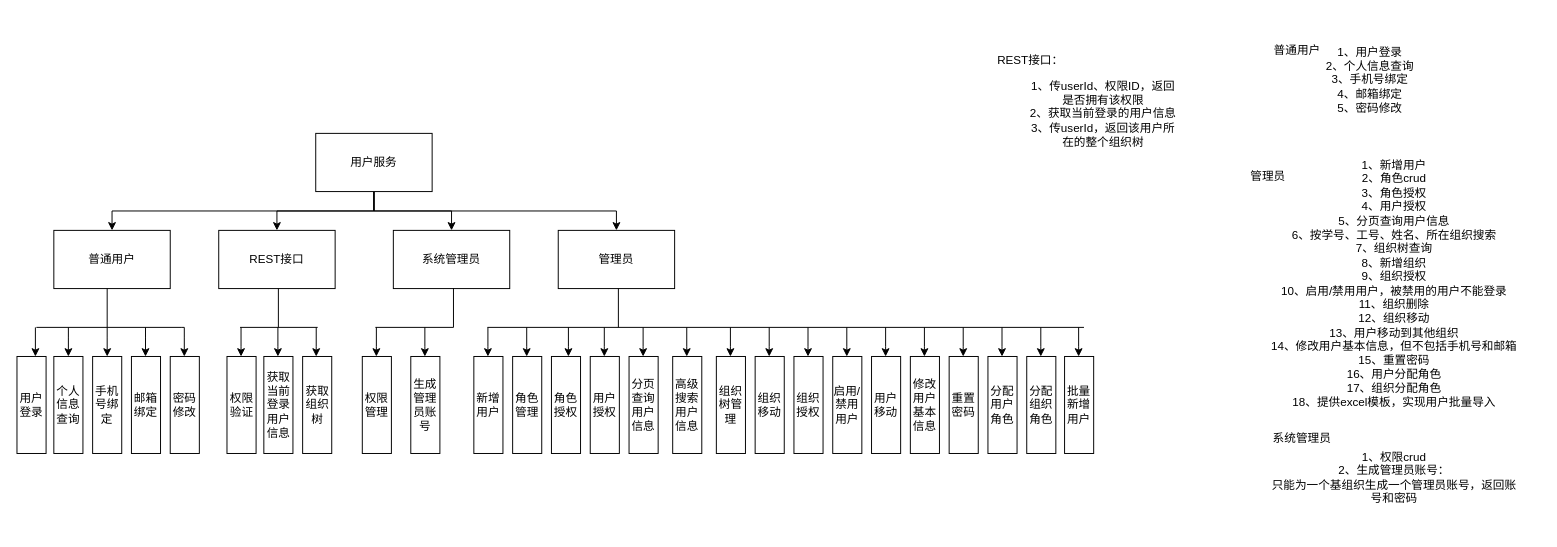
Earlier version of the draw.io diagram page "用户服务" (2 of 10) of 毕设管理系统/功能层次图.drawio (FdfGithub/drawio). Source tidied: cells renumbered, new cells numbered last; positions are measured from the earlier drawing's top-left corner, leaving out a move shared by most shapes. Both pictures are drawn from the tidied source at 97%, with x=0, y=0 at pixel (16, 16).
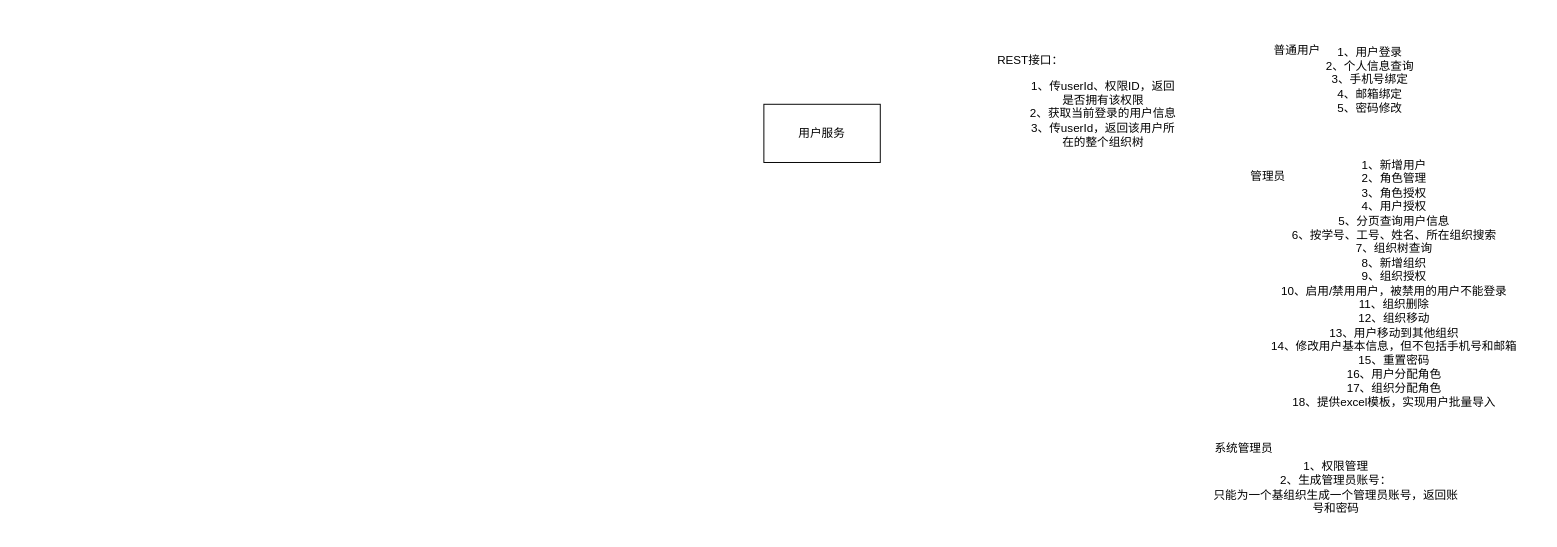
The same page after the edit.

Change to the diagram source:
```diff
@@
-    <mxCell id="2" style="edgeStyle=orthogonalEdgeStyle;rounded=0;jettySize=auto;html=1;entryX=0.5;entryY=0;entryDx=0;entryDy=0;" parent="1" edge="1" source="6" target="7">
-      <mxGeometry relative="1" as="geometry">
-        <Array as="points">
-          <mxPoint x="368" y="200" />
-          <mxPoint x="98" y="200" />
-        </Array>
-      </mxGeometry>
-    </mxCell>
-    <mxCell id="3" style="edgeStyle=orthogonalEdgeStyle;rounded=0;jettySize=auto;html=1;" parent="1" edge="1" source="6" target="16">
-      <mxGeometry relative="1" as="geometry" />
-    </mxCell>
-    <mxCell id="4" style="edgeStyle=orthogonalEdgeStyle;rounded=0;jettySize=auto;html=1;" parent="1" edge="1" source="6" target="17">
-      <mxGeometry relative="1" as="geometry" />
-    </mxCell>
-    <mxCell id="5" style="edgeStyle=orthogonalEdgeStyle;rounded=0;jettySize=auto;html=1;entryX=0.5;entryY=0;entryDx=0;entryDy=0;" parent="1" edge="1" source="6" target="18">
-      <mxGeometry relative="1" as="geometry">
-        <Array as="points">
-          <mxPoint x="368" y="200" />
-          <mxPoint x="618" y="200" />
-        </Array>
-      </mxGeometry>
-    </mxCell>
     <mxCell id="6" value="用户服务" style="rounded=0;whiteSpace=wrap;html=1;" parent="1" vertex="1">
-      <mxGeometry x="308" y="120" width="120" height="60" as="geometry" />
+      <mxGeometry x="770" y="90" width="120" height="60" as="geometry" />
     </mxCell>
-    <mxCell id="7" value="普通用户" style="rounded=0;whiteSpace=wrap;html=1;" parent="1" vertex="1">
-      <mxGeometry x="38" y="220" width="120" height="60" as="geometry" />
-    </mxCell>
@@
-    <mxCell id="9" value="1、新增用户&lt;br&gt;2、角色crud&lt;br&gt;3、角色授权&lt;br&gt;4、用户授权&lt;br&gt;5、分页查询用户信息&lt;br&gt;6、按学号、工号、姓名、所在组织搜索&lt;br&gt;7、组织树查询&lt;br&gt;8、新增组织&lt;br&gt;9、组织授权&lt;br&gt;10、启用/禁用用户，被禁用的用户不能登录&lt;br&gt;11、组织删除&lt;br&gt;12、组织移动&lt;br&gt;13、用户移动到其他组织&lt;br&gt;14、修改用户基本信息，但不包括手机号和邮箱&lt;br&gt;15、重置密码&lt;br&gt;16、用户分配角色&lt;br&gt;17、组织分配角色&lt;br&gt;18、提供excel模板，实现用户批量导入" style="text;html=1;strokeColor=none;fillColor=none;align=center;verticalAlign=middle;whiteSpace=wrap;rounded=0;" parent="1" vertex="1">
+    <mxCell id="9" value="1、新增用户&lt;br&gt;2、角色管理&lt;br&gt;3、角色授权&lt;br&gt;4、用户授权&lt;br&gt;5、分页查询用户信息&lt;br&gt;6、按学号、工号、姓名、所在组织搜索&lt;br&gt;7、组织树查询&lt;br&gt;8、新增组织&lt;br&gt;9、组织授权&lt;br&gt;10、启用/禁用用户，被禁用的用户不能登录&lt;br&gt;11、组织删除&lt;br&gt;12、组织移动&lt;br&gt;13、用户移动到其他组织&lt;br&gt;14、修改用户基本信息，但不包括手机号和邮箱&lt;br&gt;15、重置密码&lt;br&gt;16、用户分配角色&lt;br&gt;17、组织分配角色&lt;br&gt;18、提供excel模板，实现用户批量导入" style="text;html=1;strokeColor=none;fillColor=none;align=center;verticalAlign=middle;whiteSpace=wrap;rounded=0;" parent="1" vertex="1">
       <mxGeometry x="1270" y="150" width="300" height="250" as="geometry" />
     </mxCell>
@@
     <mxCell id="12" value="系统管理员" style="text;html=1;strokeColor=none;fillColor=none;align=center;verticalAlign=middle;whiteSpace=wrap;rounded=0;" parent="1" vertex="1">
-      <mxGeometry x="1290" y="420" width="70" height="30" as="geometry" />
+      <mxGeometry x="1230" y="430" width="70" height="30" as="geometry" />
     </mxCell>
@@
-    <mxCell id="14" value="1、权限crud&lt;br&gt;2、生成管理员账号：&lt;br&gt;只能为一个基组织生成一个管理员账号，返回账号和密码" style="text;html=1;strokeColor=none;fillColor=none;align=center;verticalAlign=middle;whiteSpace=wrap;rounded=0;" parent="1" vertex="1">
-      <mxGeometry x="1290" y="430" width="260" height="90" as="geometry" />
+    <mxCell id="14" value="1、权限管理&lt;br&gt;2、生成管理员账号：&lt;br&gt;只能为一个基组织生成一个管理员账号，返回账号和密码" style="text;html=1;strokeColor=none;fillColor=none;align=center;verticalAlign=middle;whiteSpace=wrap;rounded=0;" parent="1" vertex="1">
+      <mxGeometry x="1230" y="440" width="260" height="90" as="geometry" />
     </mxCell>
@@
-    <mxCell id="16" value="REST接口" style="rounded=0;whiteSpace=wrap;html=1;" parent="1" vertex="1">
-      <mxGeometry x="208" y="220" width="120" height="60" as="geometry" />
-    </mxCell>
-    <mxCell id="17" value="系统管理员" style="rounded=0;whiteSpace=wrap;html=1;" parent="1" vertex="1">
-      <mxGeometry x="388" y="220" width="120" height="60" as="geometry" />
-    </mxCell>
-    <mxCell id="18" value="管理员" style="rounded=0;whiteSpace=wrap;html=1;" parent="1" vertex="1">
-      <mxGeometry x="558" y="220" width="120" height="60" as="geometry" />
-    </mxCell>
-    <mxCell id="19" value="&lt;span&gt;用户登录&lt;/span&gt;" style="rounded=0;whiteSpace=wrap;html=1;" parent="1" vertex="1">
-      <mxGeometry y="350" width="30" height="100" as="geometry" />
-    </mxCell>
-    <mxCell id="20" value="&lt;span&gt;个人信息查询&lt;/span&gt;" style="rounded=0;whiteSpace=wrap;html=1;" parent="1" vertex="1">
-      <mxGeometry x="38" y="350" width="30" height="100" as="geometry" />
-    </mxCell>
-    <mxCell id="21" value="&lt;span&gt;手机号绑定&lt;/span&gt;" style="rounded=0;whiteSpace=wrap;html=1;" parent="1" vertex="1">
-      <mxGeometry x="78" y="350" width="30" height="100" as="geometry" />
-    </mxCell>
-    <mxCell id="22" value="&lt;span&gt;邮箱绑定&lt;/span&gt;" style="rounded=0;whiteSpace=wrap;html=1;" parent="1" vertex="1">
-      <mxGeometry x="118" y="350" width="30" height="100" as="geometry" />
-    </mxCell>
-    <mxCell id="23" value="&lt;span&gt;密码修改&lt;/span&gt;" style="rounded=0;whiteSpace=wrap;html=1;" parent="1" vertex="1">
-      <mxGeometry x="158" y="350" width="30" height="100" as="geometry" />
-    </mxCell>
-    <mxCell id="24" value="&lt;span&gt;新增用户&lt;/span&gt;" style="rounded=0;whiteSpace=wrap;html=1;" parent="1" vertex="1">
-      <mxGeometry x="471" y="350" width="30" height="100" as="geometry" />
-    </mxCell>
-    <mxCell id="25" value="&lt;span&gt;角色管理&lt;/span&gt;" style="rounded=0;whiteSpace=wrap;html=1;" parent="1" vertex="1">
-      <mxGeometry x="511" y="350" width="30" height="100" as="geometry" />
-    </mxCell>
-    <mxCell id="26" value="角色授权" style="rounded=0;whiteSpace=wrap;html=1;" parent="1" vertex="1">
-      <mxGeometry x="551" y="350" width="30" height="100" as="geometry" />
-    </mxCell>
-    <mxCell id="27" value="用户授权" style="rounded=0;whiteSpace=wrap;html=1;" parent="1" vertex="1">
-      <mxGeometry x="591" y="350" width="30" height="100" as="geometry" />
-    </mxCell>
-    <mxCell id="28" value="分页查询用户信息" style="rounded=0;whiteSpace=wrap;html=1;" parent="1" vertex="1">
-      <mxGeometry x="631" y="350" width="30" height="100" as="geometry" />
-    </mxCell>
-    <mxCell id="29" value="高级搜索用户信息" style="rounded=0;whiteSpace=wrap;html=1;" parent="1" vertex="1">
-      <mxGeometry x="676" y="350" width="30" height="100" as="geometry" />
-    </mxCell>
-    <mxCell id="30" value="组织树管理" style="rounded=0;whiteSpace=wrap;html=1;" parent="1" vertex="1">
-      <mxGeometry x="721" y="350" width="30" height="100" as="geometry" />
-    </mxCell>
-    <mxCell id="31" value="组织移动" style="rounded=0;whiteSpace=wrap;html=1;" parent="1" vertex="1">
-      <mxGeometry x="761" y="350" width="30" height="100" as="geometry" />
-    </mxCell>
-    <mxCell id="32" value="组织授权" style="rounded=0;whiteSpace=wrap;html=1;" parent="1" vertex="1">
-      <mxGeometry x="801" y="350" width="30" height="100" as="geometry" />
-    </mxCell>
-    <mxCell id="33" value="启用/禁用用户" style="rounded=0;whiteSpace=wrap;html=1;" parent="1" vertex="1">
-      <mxGeometry x="841" y="350" width="30" height="100" as="geometry" />
-    </mxCell>
-    <mxCell id="34" value="用户移动" style="rounded=0;whiteSpace=wrap;html=1;" parent="1" vertex="1">
-      <mxGeometry x="881" y="350" width="30" height="100" as="geometry" />
-    </mxCell>
-    <mxCell id="35" value="修改用户基本信息" style="rounded=0;whiteSpace=wrap;html=1;" parent="1" vertex="1">
-      <mxGeometry x="921" y="350" width="30" height="100" as="geometry" />
-    </mxCell>
-    <mxCell id="36" value="重置密码" style="rounded=0;whiteSpace=wrap;html=1;" parent="1" vertex="1">
-      <mxGeometry x="961" y="350" width="30" height="100" as="geometry" />
-    </mxCell>
-    <mxCell id="37" value="分配用户角色" style="rounded=0;whiteSpace=wrap;html=1;" parent="1" vertex="1">
-      <mxGeometry x="1001" y="350" width="30" height="100" as="geometry" />
-    </mxCell>
-    <mxCell id="38" value="分配组织角色" style="rounded=0;whiteSpace=wrap;html=1;" parent="1" vertex="1">
-      <mxGeometry x="1041" y="350" width="30" height="100" as="geometry" />
-    </mxCell>
-    <mxCell id="39" value="&lt;span&gt;权限验证&lt;/span&gt;" style="rounded=0;whiteSpace=wrap;html=1;" parent="1" vertex="1">
-      <mxGeometry x="216.5" y="350" width="30" height="100" as="geometry" />
-    </mxCell>
-    <mxCell id="40" value="&lt;span&gt;获取当前登录用户信息&lt;/span&gt;" style="rounded=0;whiteSpace=wrap;html=1;" parent="1" vertex="1">
-      <mxGeometry x="254.5" y="350" width="30" height="100" as="geometry" />
-    </mxCell>
-    <mxCell id="41" value="&lt;span&gt;获取组织树&lt;/span&gt;" style="rounded=0;whiteSpace=wrap;html=1;" parent="1" vertex="1">
-      <mxGeometry x="294.5" y="350" width="30" height="100" as="geometry" />
-    </mxCell>
-    <mxCell id="42" value="&lt;span&gt;权限管理&lt;/span&gt;" style="rounded=0;whiteSpace=wrap;html=1;" parent="1" vertex="1">
-      <mxGeometry x="356" y="350" width="30" height="100" as="geometry" />
-    </mxCell>
-    <mxCell id="43" value="生成管理员账号" style="rounded=0;whiteSpace=wrap;html=1;" parent="1" vertex="1">
-      <mxGeometry x="406" y="350" width="30" height="100" as="geometry" />
-    </mxCell>
-    <mxCell id="44" style="edgeStyle=orthogonalEdgeStyle;rounded=0;orthogonalLoop=1;jettySize=auto;html=1;" parent="1" edge="1">
-      <mxGeometry relative="1" as="geometry">
-        <mxPoint x="53" y="320" as="sourcePoint" />
-        <mxPoint x="53" y="350" as="targetPoint" />
-        <Array as="points">
-          <mxPoint x="53" y="330" />
-          <mxPoint x="53" y="330" />
-        </Array>
-      </mxGeometry>
-    </mxCell>
-    <mxCell id="45" style="edgeStyle=orthogonalEdgeStyle;rounded=0;jettySize=auto;html=1;entryX=0.5;entryY=0;entryDx=0;entryDy=0;" parent="1" edge="1" target="21">
-      <mxGeometry relative="1" as="geometry">
-        <mxPoint x="93" y="320" as="sourcePoint" />
-        <Array as="points">
-          <mxPoint x="93" y="330" />
-          <mxPoint x="93" y="330" />
-        </Array>
-      </mxGeometry>
-    </mxCell>
-    <mxCell id="46" style="edgeStyle=orthogonalEdgeStyle;rounded=0;orthogonalLoop=1;jettySize=auto;html=1;" parent="1" edge="1">
-      <mxGeometry relative="1" as="geometry">
-        <mxPoint x="19" y="320" as="sourcePoint" />
-        <mxPoint x="19" y="350" as="targetPoint" />
-        <Array as="points">
-          <mxPoint x="19" y="350" />
-        </Array>
-      </mxGeometry>
-    </mxCell>
-    <mxCell id="47" style="edgeStyle=orthogonalEdgeStyle;rounded=0;orthogonalLoop=1;jettySize=auto;html=1;entryX=0.5;entryY=0;entryDx=0;entryDy=0;" parent="1" edge="1">
-      <mxGeometry relative="1" as="geometry">
-        <mxPoint x="132.5" y="320" as="sourcePoint" />
-        <mxPoint x="132.5" y="350" as="targetPoint" />
-        <Array as="points">
-          <mxPoint x="132.5" y="330" />
-          <mxPoint x="132.5" y="330" />
-        </Array>
-      </mxGeometry>
-    </mxCell>
-    <mxCell id="48" style="edgeStyle=orthogonalEdgeStyle;rounded=0;orthogonalLoop=1;jettySize=auto;html=1;entryX=0.5;entryY=0;entryDx=0;entryDy=0;" parent="1" edge="1">
-      <mxGeometry relative="1" as="geometry">
-        <mxPoint x="170" y="320" as="sourcePoint" />
-        <mxPoint x="172.5" y="350" as="targetPoint" />
-        <Array as="points">
-          <mxPoint x="172.5" y="330" />
-          <mxPoint x="172.5" y="330" />
-        </Array>
-      </mxGeometry>
-    </mxCell>
-    <mxCell id="49" style="edgeStyle=orthogonalEdgeStyle;rounded=0;orthogonalLoop=1;jettySize=auto;html=1;entryX=0.5;entryY=0;entryDx=0;entryDy=0;" parent="1" edge="1">
-      <mxGeometry relative="1" as="geometry">
-        <mxPoint x="231" y="320" as="sourcePoint" />
-        <mxPoint x="231" y="350" as="targetPoint" />
-        <Array as="points">
-          <mxPoint x="231" y="340" />
-          <mxPoint x="231" y="340" />
-        </Array>
-      </mxGeometry>
-    </mxCell>
-    <mxCell id="50" style="edgeStyle=orthogonalEdgeStyle;rounded=0;orthogonalLoop=1;jettySize=auto;html=1;entryX=0.5;entryY=0;entryDx=0;entryDy=0;" parent="1" edge="1">
-      <mxGeometry relative="1" as="geometry">
-        <mxPoint x="269" y="320" as="sourcePoint" />
-        <mxPoint x="269" y="350" as="targetPoint" />
-        <Array as="points">
-          <mxPoint x="269" y="340" />
-          <mxPoint x="269" y="340" />
-        </Array>
-      </mxGeometry>
-    </mxCell>
-    <mxCell id="51" style="edgeStyle=orthogonalEdgeStyle;rounded=0;orthogonalLoop=1;jettySize=auto;html=1;entryX=0.5;entryY=0;entryDx=0;entryDy=0;" parent="1" edge="1">
-      <mxGeometry relative="1" as="geometry">
-        <mxPoint x="308.5" y="320" as="sourcePoint" />
-        <mxPoint x="308.5" y="350" as="targetPoint" />
-        <Array as="points">
-          <mxPoint x="308.5" y="340" />
-          <mxPoint x="308.5" y="340" />
-        </Array>
-      </mxGeometry>
-    </mxCell>
-    <mxCell id="52" style="edgeStyle=orthogonalEdgeStyle;rounded=0;orthogonalLoop=1;jettySize=auto;html=1;entryX=0.5;entryY=0;entryDx=0;entryDy=0;" parent="1" edge="1">
-      <mxGeometry relative="1" as="geometry">
-        <mxPoint x="370.5" y="320" as="sourcePoint" />
-        <mxPoint x="370.5" y="350" as="targetPoint" />
-        <Array as="points">
-          <mxPoint x="370.5" y="340" />
-          <mxPoint x="370.5" y="340" />
-        </Array>
-      </mxGeometry>
-    </mxCell>
-    <mxCell id="53" style="edgeStyle=orthogonalEdgeStyle;rounded=0;orthogonalLoop=1;jettySize=auto;html=1;entryX=0.5;entryY=0;entryDx=0;entryDy=0;" parent="1" edge="1">
-      <mxGeometry relative="1" as="geometry">
-        <mxPoint x="420.5" y="320" as="sourcePoint" />
-        <mxPoint x="420.5" y="350" as="targetPoint" />
-        <Array as="points">
-          <mxPoint x="420.5" y="340" />
-          <mxPoint x="420.5" y="340" />
-        </Array>
-      </mxGeometry>
-    </mxCell>
-    <mxCell id="54" style="edgeStyle=orthogonalEdgeStyle;rounded=0;orthogonalLoop=1;jettySize=auto;html=1;entryX=0.5;entryY=0;entryDx=0;entryDy=0;" parent="1" edge="1">
-      <mxGeometry relative="1" as="geometry">
-        <mxPoint x="485.5" y="320" as="sourcePoint" />
-        <mxPoint x="485.5" y="350" as="targetPoint" />
-        <Array as="points">
-          <mxPoint x="485.5" y="340" />
-          <mxPoint x="485.5" y="340" />
-        </Array>
-      </mxGeometry>
-    </mxCell>
-    <mxCell id="55" style="edgeStyle=orthogonalEdgeStyle;rounded=0;orthogonalLoop=1;jettySize=auto;html=1;entryX=0.5;entryY=0;entryDx=0;entryDy=0;" parent="1" edge="1">
-      <mxGeometry relative="1" as="geometry">
-        <mxPoint x="525.5" y="320" as="sourcePoint" />
-        <mxPoint x="525.5" y="350" as="targetPoint" />
-        <Array as="points">
-          <mxPoint x="525.5" y="340" />
-          <mxPoint x="525.5" y="340" />
-        </Array>
-      </mxGeometry>
-    </mxCell>
-    <mxCell id="56" style="edgeStyle=orthogonalEdgeStyle;rounded=0;orthogonalLoop=1;jettySize=auto;html=1;entryX=0.5;entryY=0;entryDx=0;entryDy=0;" parent="1" edge="1">
-      <mxGeometry relative="1" as="geometry">
-        <mxPoint x="568.5" y="320" as="sourcePoint" />
-        <mxPoint x="568.5" y="350" as="targetPoint" />
-        <Array as="points">
-          <mxPoint x="568.5" y="340" />
-          <mxPoint x="568.5" y="340" />
-        </Array>
-      </mxGeometry>
-    </mxCell>
-    <mxCell id="57" style="edgeStyle=orthogonalEdgeStyle;rounded=0;orthogonalLoop=1;jettySize=auto;html=1;entryX=0.5;entryY=0;entryDx=0;entryDy=0;" parent="1" edge="1">
-      <mxGeometry relative="1" as="geometry">
-        <mxPoint x="605.5" y="320" as="sourcePoint" />
-        <mxPoint x="605.5" y="350" as="targetPoint" />
-        <Array as="points">
-          <mxPoint x="605.5" y="340" />
-          <mxPoint x="605.5" y="340" />
-        </Array>
-      </mxGeometry>
-    </mxCell>
-    <mxCell id="58" style="edgeStyle=orthogonalEdgeStyle;rounded=0;orthogonalLoop=1;jettySize=auto;html=1;entryX=0.5;entryY=0;entryDx=0;entryDy=0;" parent="1" edge="1">
-      <mxGeometry relative="1" as="geometry">
-        <mxPoint x="645.5" y="320" as="sourcePoint" />
-        <mxPoint x="645.5" y="350" as="targetPoint" />
-        <Array as="points">
-          <mxPoint x="645.5" y="340" />
-          <mxPoint x="645.5" y="340" />
-        </Array>
-      </mxGeometry>
-    </mxCell>
-    <mxCell id="59" style="edgeStyle=orthogonalEdgeStyle;rounded=0;orthogonalLoop=1;jettySize=auto;html=1;entryX=0.5;entryY=0;entryDx=0;entryDy=0;" parent="1" edge="1">
-      <mxGeometry relative="1" as="geometry">
-        <mxPoint x="690.5" y="320" as="sourcePoint" />
-        <mxPoint x="690.5" y="350" as="targetPoint" />
-        <Array as="points">
-          <mxPoint x="690.5" y="340" />
-          <mxPoint x="690.5" y="340" />
-        </Array>
-      </mxGeometry>
-    </mxCell>
-    <mxCell id="60" style="edgeStyle=orthogonalEdgeStyle;rounded=0;orthogonalLoop=1;jettySize=auto;html=1;entryX=0.5;entryY=0;entryDx=0;entryDy=0;" parent="1" edge="1">
-      <mxGeometry relative="1" as="geometry">
-        <mxPoint x="735.5" y="320" as="sourcePoint" />
-        <mxPoint x="735.5" y="350" as="targetPoint" />
-        <Array as="points">
-          <mxPoint x="735.5" y="340" />
-          <mxPoint x="735.5" y="340" />
-        </Array>
-      </mxGeometry>
-    </mxCell>
-    <mxCell id="61" style="edgeStyle=orthogonalEdgeStyle;rounded=0;orthogonalLoop=1;jettySize=auto;html=1;entryX=0.5;entryY=0;entryDx=0;entryDy=0;" parent="1" edge="1">
-      <mxGeometry relative="1" as="geometry">
-        <mxPoint x="775.5" y="320" as="sourcePoint" />
-        <mxPoint x="775.5" y="350" as="targetPoint" />
-        <Array as="points">
-          <mxPoint x="775.5" y="340" />
-          <mxPoint x="775.5" y="340" />
-        </Array>
-      </mxGeometry>
-    </mxCell>
-    <mxCell id="62" style="edgeStyle=orthogonalEdgeStyle;rounded=0;orthogonalLoop=1;jettySize=auto;html=1;entryX=0.5;entryY=0;entryDx=0;entryDy=0;" parent="1" edge="1">
-      <mxGeometry relative="1" as="geometry">
-        <mxPoint x="815.5" y="320" as="sourcePoint" />
-        <mxPoint x="815.5" y="350" as="targetPoint" />
-        <Array as="points">
-          <mxPoint x="815.5" y="340" />
-          <mxPoint x="815.5" y="340" />
-        </Array>
-      </mxGeometry>
-    </mxCell>
-    <mxCell id="63" style="edgeStyle=orthogonalEdgeStyle;rounded=0;orthogonalLoop=1;jettySize=auto;html=1;entryX=0.5;entryY=0;entryDx=0;entryDy=0;" parent="1" edge="1">
-      <mxGeometry relative="1" as="geometry">
-        <mxPoint x="855.5" y="320" as="sourcePoint" />
-        <mxPoint x="855.5" y="350" as="targetPoint" />
-        <Array as="points">
-          <mxPoint x="855.5" y="340" />
-          <mxPoint x="855.5" y="340" />
-        </Array>
-      </mxGeometry>
-    </mxCell>
-    <mxCell id="64" style="edgeStyle=orthogonalEdgeStyle;rounded=0;orthogonalLoop=1;jettySize=auto;html=1;entryX=0.5;entryY=0;entryDx=0;entryDy=0;" parent="1" edge="1">
-      <mxGeometry relative="1" as="geometry">
-        <mxPoint x="895.5" y="320" as="sourcePoint" />
-        <mxPoint x="895.5" y="350" as="targetPoint" />
-        <Array as="points">
-          <mxPoint x="895.5" y="340" />
-          <mxPoint x="895.5" y="340" />
-        </Array>
-      </mxGeometry>
-    </mxCell>
-    <mxCell id="65" style="edgeStyle=orthogonalEdgeStyle;rounded=0;orthogonalLoop=1;jettySize=auto;html=1;entryX=0.5;entryY=0;entryDx=0;entryDy=0;" parent="1" edge="1">
-      <mxGeometry relative="1" as="geometry">
-        <mxPoint x="935.5" y="320" as="sourcePoint" />
-        <mxPoint x="935.5" y="350" as="targetPoint" />
-        <Array as="points">
-          <mxPoint x="935.5" y="340" />
-          <mxPoint x="935.5" y="340" />
-        </Array>
-      </mxGeometry>
-    </mxCell>
-    <mxCell id="66" style="edgeStyle=orthogonalEdgeStyle;rounded=0;orthogonalLoop=1;jettySize=auto;html=1;entryX=0.5;entryY=0;entryDx=0;entryDy=0;" parent="1" edge="1">
-      <mxGeometry relative="1" as="geometry">
-        <mxPoint x="975.5" y="320" as="sourcePoint" />
-        <mxPoint x="975.5" y="350" as="targetPoint" />
-        <Array as="points">
-          <mxPoint x="975.5" y="340" />
-          <mxPoint x="975.5" y="340" />
-        </Array>
-      </mxGeometry>
-    </mxCell>
-    <mxCell id="67" style="edgeStyle=orthogonalEdgeStyle;rounded=0;orthogonalLoop=1;jettySize=auto;html=1;entryX=0.5;entryY=0;entryDx=0;entryDy=0;" parent="1" edge="1">
-      <mxGeometry relative="1" as="geometry">
-        <mxPoint x="1015.5" y="320" as="sourcePoint" />
-        <mxPoint x="1015.5" y="350" as="targetPoint" />
-        <Array as="points">
-          <mxPoint x="1015.5" y="340" />
-          <mxPoint x="1015.5" y="340" />
-        </Array>
-      </mxGeometry>
-    </mxCell>
-    <mxCell id="68" style="edgeStyle=orthogonalEdgeStyle;rounded=0;orthogonalLoop=1;jettySize=auto;html=1;entryX=0.5;entryY=0;entryDx=0;entryDy=0;" parent="1" edge="1">
-      <mxGeometry relative="1" as="geometry">
-        <mxPoint x="1055.5" y="320" as="sourcePoint" />
-        <mxPoint x="1055.5" y="350" as="targetPoint" />
-        <Array as="points">
-          <mxPoint x="1055.5" y="340" />
-          <mxPoint x="1055.5" y="340" />
-        </Array>
-      </mxGeometry>
-    </mxCell>
-    <mxCell id="69" style="endArrow=none;html=1;rounded=0;" parent="1" edge="1">
-      <mxGeometry relative="1" as="geometry">
-        <mxPoint x="269.5" y="320" as="sourcePoint" />
-        <mxPoint x="269.5" y="280" as="targetPoint" />
-      </mxGeometry>
-    </mxCell>
-    <mxCell id="70" style="endArrow=none;html=1;rounded=0;" parent="1" edge="1">
-      <mxGeometry relative="1" as="geometry">
-        <mxPoint x="230" y="320" as="sourcePoint" />
-        <mxPoint x="310" y="320" as="targetPoint" />
-      </mxGeometry>
-    </mxCell>
-    <mxCell id="71" style="endArrow=none;html=1;rounded=0;" parent="1" edge="1">
-      <mxGeometry relative="1" as="geometry">
-        <mxPoint x="93" y="320" as="sourcePoint" />
-        <mxPoint x="93" y="280" as="targetPoint" />
-      </mxGeometry>
-    </mxCell>
-    <mxCell id="72" style="endArrow=none;html=1;rounded=0;jumpSize=6;" parent="1" edge="1">
-      <mxGeometry relative="1" as="geometry">
-        <mxPoint x="20" y="320" as="sourcePoint" />
-        <mxPoint x="170" y="320" as="targetPoint" />
-      </mxGeometry>
-    </mxCell>
-    <mxCell id="73" style="shape=partialRectangle;whiteSpace=wrap;html=1;top=0;left=0;fillColor=none;" parent="1" vertex="1">
-      <mxGeometry x="370" y="280" width="80" height="40" as="geometry" />
-    </mxCell>
-    <mxCell id="74" style="endArrow=none;html=1;rounded=0;" parent="1" edge="1">
-      <mxGeometry relative="1" as="geometry">
-        <mxPoint x="620" y="320" as="sourcePoint" />
-        <mxPoint x="620" y="280" as="targetPoint" />
-      </mxGeometry>
-    </mxCell>
-    <mxCell id="75" style="endArrow=none;html=1;rounded=0;" parent="1" edge="1">
-      <mxGeometry relative="1" as="geometry">
-        <mxPoint x="485" y="320" as="sourcePoint" />
-        <mxPoint x="1100" y="320" as="targetPoint" />
-      </mxGeometry>
-    </mxCell>
-    <mxCell id="76" value="批量新增用户" style="rounded=0;whiteSpace=wrap;html=1;" parent="1" vertex="1">
-      <mxGeometry x="1080" y="350" width="30" height="100" as="geometry" />
-    </mxCell>
-    <mxCell id="77" style="edgeStyle=orthogonalEdgeStyle;rounded=0;orthogonalLoop=1;jettySize=auto;html=1;entryX=0.5;entryY=0;entryDx=0;entryDy=0;" parent="1" edge="1">
-      <mxGeometry relative="1" as="geometry">
-        <mxPoint x="1094.5" y="320" as="sourcePoint" />
-        <mxPoint x="1094.5" y="350" as="targetPoint" />
-        <Array as="points">
-          <mxPoint x="1094.5" y="340" />
-          <mxPoint x="1094.5" y="340" />
-        </Array>
-      </mxGeometry>
-    </mxCell>
```
